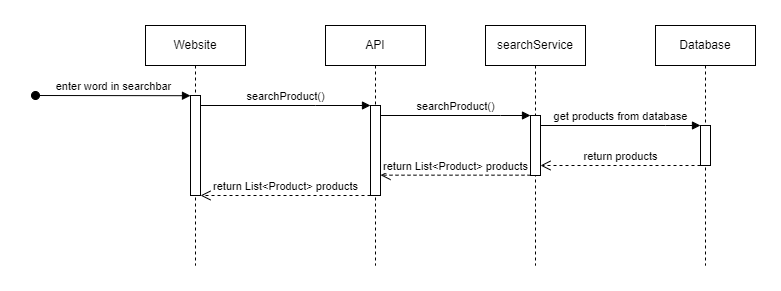
This is doc/use_cases/sequence-diagrams/UC01-search-product.png from lucariebel/online-shop, a draw.io export, as it was before one commit. Source tidied: cells renumbered, new cells last; positions are measured from the earlier drawing's top-left corner, leaving out a move shared by most shapes.
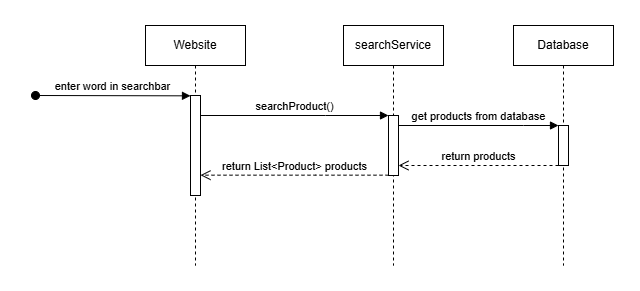
The same diagram one commit later.

The edit, as a diff of the source:
```diff
@@ -3,7 +3,7 @@
     <mxCell id="0" />
     <mxCell id="1" parent="0" />
     <mxCell id="2" value="Website" style="shape=umlLifeline;perimeter=lifelinePerimeter;whiteSpace=wrap;html=1;newEdgeStyle={&quot;edgeStyle&quot;:&quot;elbowEdgeStyle&quot;,&quot;elbow&quot;:&quot;vertical&quot;,&quot;curved&quot;:0,&quot;rounded&quot;:0};" parent="1" vertex="1">
-      <mxGeometry x="110" width="100" height="240" as="geometry" />
+      <mxGeometry x="252" width="100" height="240" as="geometry" />
     </mxCell>
     <mxCell id="3" style="html=1;points=[];perimeter=orthogonalPerimeter;outlineConnect=0;targetShapes=umlLifeline;portConstraint=eastwest;newEdgeStyle={&quot;edgeStyle&quot;:&quot;elbowEdgeStyle&quot;,&quot;elbow&quot;:&quot;vertical&quot;,&quot;curved&quot;:0,&quot;rounded&quot;:0};" parent="2" vertex="1">
       <mxGeometry x="45" y="70" width="10" height="100" as="geometry" />
@@ -13,29 +13,16 @@
         <mxPoint x="-110" y="70" as="sourcePoint" />
       </mxGeometry>
     </mxCell>
-    <mxCell id="5" value="API" style="shape=umlLifeline;perimeter=lifelinePerimeter;whiteSpace=wrap;html=1;newEdgeStyle={&quot;edgeStyle&quot;:&quot;elbowEdgeStyle&quot;,&quot;elbow&quot;:&quot;vertical&quot;,&quot;curved&quot;:0,&quot;rounded&quot;:0};" parent="1" vertex="1">
-      <mxGeometry x="290" width="100" height="240" as="geometry" />
-    </mxCell>
-    <mxCell id="6" style="html=1;points=[];perimeter=orthogonalPerimeter;outlineConnect=0;targetShapes=umlLifeline;portConstraint=eastwest;newEdgeStyle={&quot;edgeStyle&quot;:&quot;elbowEdgeStyle&quot;,&quot;elbow&quot;:&quot;vertical&quot;,&quot;curved&quot;:0,&quot;rounded&quot;:0};" parent="5" vertex="1">
-      <mxGeometry x="45" y="80" width="10" height="90" as="geometry" />
-    </mxCell>
-    <mxCell id="7" value="searchProduct()" style="html=1;verticalAlign=bottom;endArrow=block;edgeStyle=elbowEdgeStyle;elbow=vertical;curved=0;rounded=0;" parent="1" edge="1" source="3" target="6">
-      <mxGeometry relative="1" as="geometry">
-        <Array as="points">
-          <mxPoint x="280" y="80" />
-        </Array>
-      </mxGeometry>
-    </mxCell>
     <mxCell id="8" value="searchService" style="shape=umlLifeline;perimeter=lifelinePerimeter;whiteSpace=wrap;html=1;newEdgeStyle={&quot;edgeStyle&quot;:&quot;elbowEdgeStyle&quot;,&quot;elbow&quot;:&quot;vertical&quot;,&quot;curved&quot;:0,&quot;rounded&quot;:0};" parent="1" vertex="1">
       <mxGeometry x="450" width="100" height="240" as="geometry" />
     </mxCell>
     <mxCell id="9" style="html=1;points=[];perimeter=orthogonalPerimeter;outlineConnect=0;targetShapes=umlLifeline;portConstraint=eastwest;newEdgeStyle={&quot;edgeStyle&quot;:&quot;elbowEdgeStyle&quot;,&quot;elbow&quot;:&quot;vertical&quot;,&quot;curved&quot;:0,&quot;rounded&quot;:0};" parent="8" vertex="1">
       <mxGeometry x="45" y="90" width="10" height="60" as="geometry" />
     </mxCell>
-    <mxCell id="10" value="searchProduct()" style="html=1;verticalAlign=bottom;endArrow=block;edgeStyle=elbowEdgeStyle;elbow=vertical;curved=0;rounded=0;" parent="1" edge="1" source="6" target="9">
+    <mxCell id="10" value="searchProduct()" style="html=1;verticalAlign=bottom;endArrow=block;edgeStyle=elbowEdgeStyle;elbow=vertical;curved=0;rounded=0;" parent="1" edge="1" source="3" target="9">
       <mxGeometry relative="1" as="geometry">
         <Array as="points">
-          <mxPoint x="465" y="90" />
+          <mxPoint x="432" y="90" />
         </Array>
       </mxGeometry>
     </mxCell>
@@ -59,19 +46,12 @@
         </Array>
       </mxGeometry>
     </mxCell>
-    <mxCell id="15" value="return List&amp;lt;Product&amp;gt; products&lt;span style=&quot;font-family: monospace; font-size: 0px; text-align: start; background-color: rgb(31, 33, 35); --darkreader-inline-bgcolor: #1e2021;&quot;&gt;%3CmxGraphModel%3E%3Croot%3E%3CmxCell%20id%3D%220%22%2F%3E%3CmxCell%20id%3D%221%22%20parent%3D%220%22%2F%3E%3CmxCell%20id%3D%222%22%20value%3D%22return%22%20style%3D%22html%3D1%3BverticalAlign%3Dbottom%3BendArrow%3Dopen%3Bdashed%3D1%3BendSize%3D8%3BedgeStyle%3DelbowEdgeStyle%3Belbow%3Dvertical%3Bcurved%3D0%3Brounded%3D0%3B%22%20edge%3D%221%22%20parent%3D%221%22%3E%3CmxGeometry%20relative%3D%221%22%20as%3D%22geometry%22%3E%3CmxPoint%20x%3D%2295%22%20y%3D%22280%22%20as%3D%22targetPoint%22%2F%3E%3CArray%20as%3D%22points%22%3E%3CmxPoint%20x%3D%22190%22%20y%3D%22280%22%2F%3E%3C%2FArray%3E%3CmxPoint%20x%3D%22235%22%20y%3D%22280%22%20as%3D%22sourcePoint%22%2F%3E%3C%2FmxGeometry%3E%3C%2FmxCell%3E%3C%2Froot%3E%3C%2FmxGraphModel%3E&lt;/span&gt;" style="html=1;verticalAlign=bottom;endArrow=open;dashed=1;endSize=8;edgeStyle=elbowEdgeStyle;elbow=vertical;curved=0;rounded=0;" parent="1" edge="1" source="9" target="6">
+    <mxCell id="15" value="return List&amp;lt;Product&amp;gt; products&lt;span style=&quot;font-family: monospace; font-size: 0px; text-align: start; background-color: rgb(31, 33, 35); --darkreader-inline-bgcolor: #1e2021;&quot;&gt;%3CmxGraphModel%3E%3Croot%3E%3CmxCell%20id%3D%220%22%2F%3E%3CmxCell%20id%3D%221%22%20parent%3D%220%22%2F%3E%3CmxCell%20id%3D%222%22%20value%3D%22return%22%20style%3D%22html%3D1%3BverticalAlign%3Dbottom%3BendArrow%3Dopen%3Bdashed%3D1%3BendSize%3D8%3BedgeStyle%3DelbowEdgeStyle%3Belbow%3Dvertical%3Bcurved%3D0%3Brounded%3D0%3B%22%20edge%3D%221%22%20parent%3D%221%22%3E%3CmxGeometry%20relative%3D%221%22%20as%3D%22geometry%22%3E%3CmxPoint%20x%3D%2295%22%20y%3D%22280%22%20as%3D%22targetPoint%22%2F%3E%3CArray%20as%3D%22points%22%3E%3CmxPoint%20x%3D%22190%22%20y%3D%22280%22%2F%3E%3C%2FArray%3E%3CmxPoint%20x%3D%22235%22%20y%3D%22280%22%20as%3D%22sourcePoint%22%2F%3E%3C%2FmxGeometry%3E%3C%2FmxCell%3E%3C%2Froot%3E%3C%2FmxGraphModel%3E&lt;/span&gt;" style="html=1;verticalAlign=bottom;endArrow=open;dashed=1;endSize=8;edgeStyle=elbowEdgeStyle;elbow=vertical;curved=0;rounded=0;" parent="1" edge="1" source="9" target="3">
       <mxGeometry relative="1" as="geometry">
         <Array as="points">
-          <mxPoint x="455" y="149.7" />
+          <mxPoint x="422" y="149.7" />
         </Array>
       </mxGeometry>
     </mxCell>
-    <mxCell id="16" value="return List&amp;lt;Product&amp;gt; products&lt;span style=&quot;font-family: monospace; font-size: 0px; text-align: start; background-color: rgb(31, 33, 35); --darkreader-inline-bgcolor: #1e2021;&quot;&gt;%3CmxGraphModel%3E%3Croot%3E%3CmxCell%20id%3D%220%22%2F%3E%3CmxCell%20id%3D%221%22%20parent%3D%220%22%2F%3E%3CmxCell%20id%3D%222%22%20value%3D%22return%22%20style%3D%22html%3D1%3BverticalAlign%3Dbottom%3BendArrow%3Dopen%3Bdashed%3D1%3BendSize%3D8%3BedgeStyle%3DelbowEdgeStyle%3Belbow%3Dvertical%3Bcurved%3D0%3Brounded%3D0%3B%22%20edge%3D%221%22%20parent%3D%221%22%3E%3CmxGeometry%20relative%3D%221%22%20as%3D%22geometry%22%3E%3CmxPoint%20x%3D%2295%22%20y%3D%22280%22%20as%3D%22targetPoint%22%2F%3E%3CArray%20as%3D%22points%22%3E%3CmxPoint%20x%3D%22190%22%20y%3D%22280%22%2F%3E%3C%2FArray%3E%3CmxPoint%20x%3D%22235%22%20y%3D%22280%22%20as%3D%22sourcePoint%22%2F%3E%3C%2FmxGeometry%3E%3C%2FmxCell%3E%3C%2Froot%3E%3C%2FmxGraphModel%3E&lt;/span&gt;" style="html=1;verticalAlign=bottom;endArrow=open;dashed=1;endSize=8;edgeStyle=elbowEdgeStyle;elbow=vertical;curved=0;rounded=0;" parent="1" edge="1" source="6" target="3">
-      <mxGeometry relative="1" as="geometry">
-        <Array as="points">
-          <mxPoint x="290" y="170" />
-        </Array>
-      </mxGeometry>
-    </mxCell>
   </root>
 </mxGraphModel>
```
